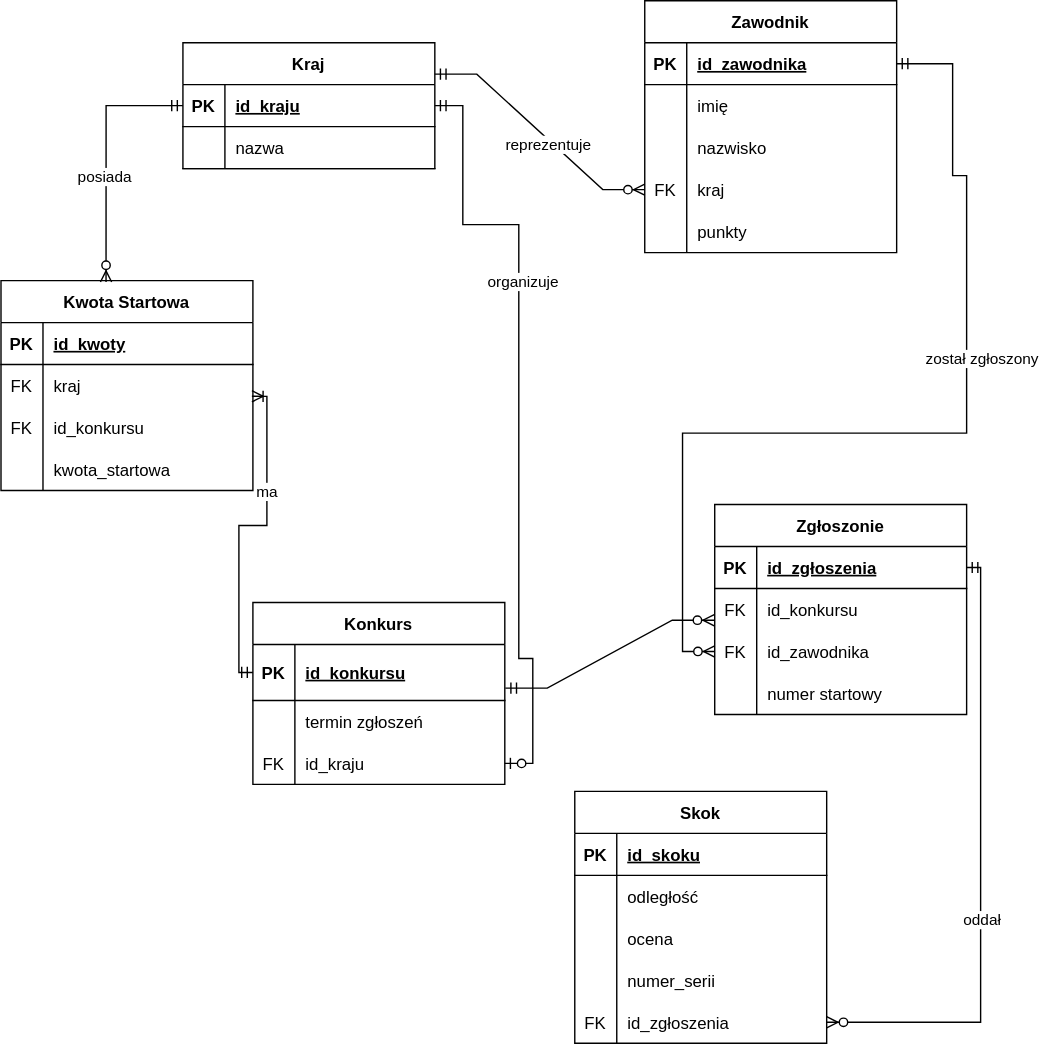
sormys/SkokiBazyDanych keeps this draw.io diagram as diagram.svg. Above is the earlier version. Source tidied: cells renumbered, new cells last; positions are measured from the earlier drawing's top-left corner, leaving out a move shared by most shapes.
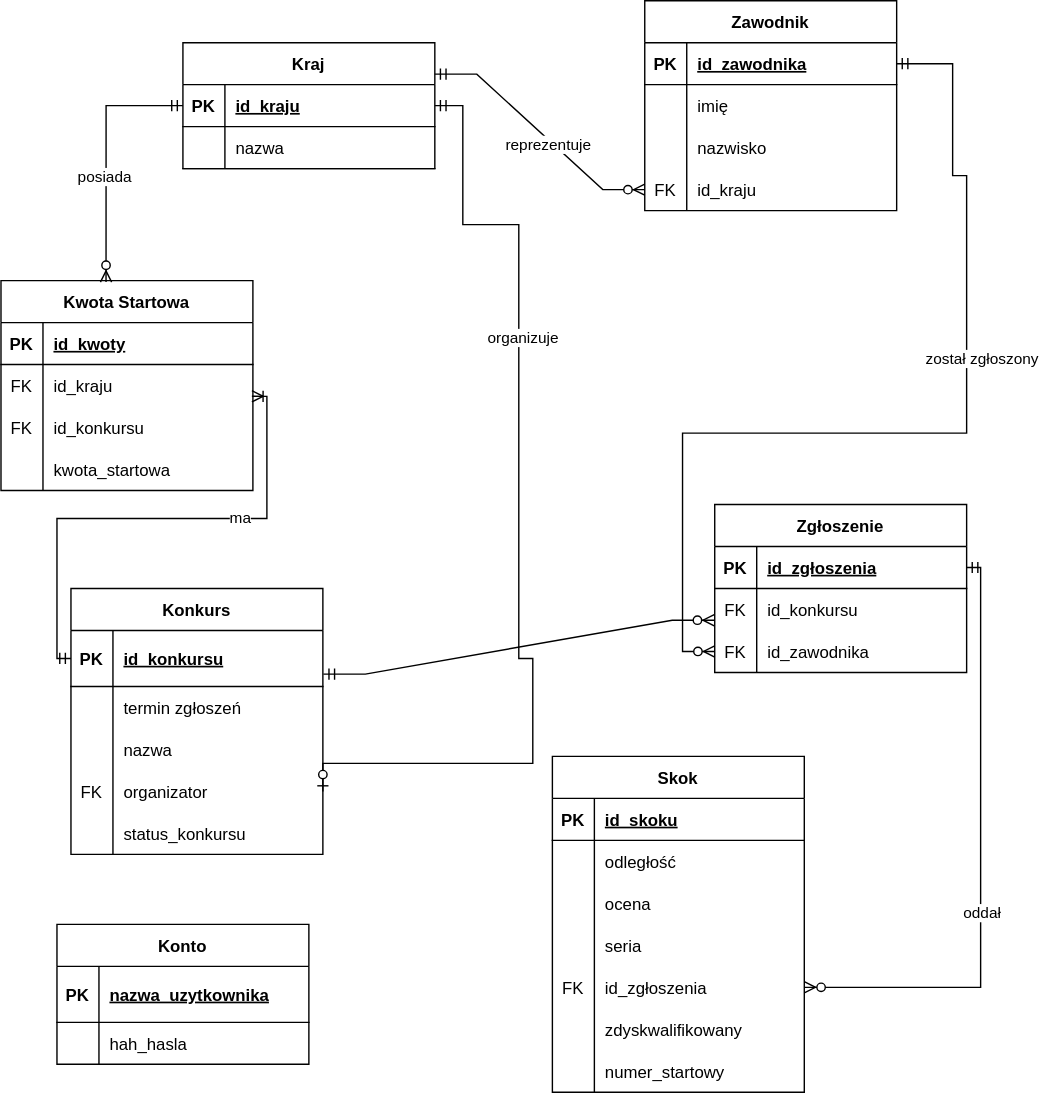
The same file after the commit.

What changed in the source:
```diff
@@ -24,7 +24,7 @@
       <mxGeometry x="30" width="150" height="30" as="geometry" />
     </mxCell>
     <mxCell id="9" value="Zawodnik" style="shape=table;startSize=30;rowLines=0;fontStyle=1;align=center;" parent="1" vertex="1">
-      <mxGeometry x="460" width="180" height="180" as="geometry" />
+      <mxGeometry x="460" width="180" height="150" as="geometry" />
     </mxCell>
     <mxCell id="10" style="shape=tableRow;horizontal=0;startSize=0;swimlaneHead=0;swimlaneBody=0;fillColor=none;points=[[0,0.5],[1,0.5]];portConstraint=eastwest;top=0;left=0;right=0;bottom=1;" parent="9" vertex="1">
       <mxGeometry y="30" width="180" height="30" as="geometry" />
@@ -59,18 +59,9 @@
     <mxCell id="20" value="FK" style="shape=partialRectangle;fillColor=none;top=0;left=0;bottom=0;right=0;overflow=hidden;" parent="19" vertex="1">
       <mxGeometry width="30" height="30" as="geometry" />
     </mxCell>
-    <mxCell id="21" value="kraj" style="shape=partialRectangle;fillColor=none;top=0;left=0;bottom=0;right=0;align=left;spacingLeft=6;overflow=hidden;" parent="19" vertex="1">
+    <mxCell id="21" value="id_kraju" style="shape=partialRectangle;fillColor=none;top=0;left=0;bottom=0;right=0;align=left;spacingLeft=6;overflow=hidden;" parent="19" vertex="1">
       <mxGeometry x="30" width="150" height="30" as="geometry" />
     </mxCell>
-    <mxCell id="22" style="shape=tableRow;horizontal=0;startSize=0;swimlaneHead=0;swimlaneBody=0;fillColor=none;top=0;left=0;right=0;bottom=0;" parent="9" vertex="1">
-      <mxGeometry y="150" width="180" height="30" as="geometry" />
-    </mxCell>
-    <mxCell id="23" style="shape=partialRectangle;fillColor=none;top=0;left=0;bottom=0;right=0;overflow=hidden;" parent="22" vertex="1">
-      <mxGeometry width="30" height="30" as="geometry" />
-    </mxCell>
-    <mxCell id="24" value="punkty" style="shape=partialRectangle;fillColor=none;top=0;left=0;bottom=0;right=0;align=left;spacingLeft=6;overflow=hidden;" parent="22" vertex="1">
-      <mxGeometry x="30" width="150" height="30" as="geometry" />
-    </mxCell>
     <mxCell id="25" style="edgeStyle=entityRelationEdgeStyle;fontSize=12;html=1;endArrow=ERzeroToMany;startArrow=ERmandOne;rounded=0;exitX=1;exitY=0.25;exitDx=0;exitDy=0;entryX=0;entryY=0.5;entryDx=0;entryDy=0;" parent="1" edge="1" source="2" target="19">
       <mxGeometry relative="1" as="geometry" />
     </mxCell>
@@ -95,7 +86,7 @@
     <mxCell id="32" value="FK" style="shape=partialRectangle;fillColor=none;top=0;left=0;bottom=0;right=0;overflow=hidden;" parent="31" vertex="1">
       <mxGeometry width="30" height="30" as="geometry" />
     </mxCell>
-    <mxCell id="33" value="kraj" style="shape=partialRectangle;fillColor=none;top=0;left=0;bottom=0;right=0;align=left;spacingLeft=6;overflow=hidden;" parent="31" vertex="1">
+    <mxCell id="33" value="id_kraju" style="shape=partialRectangle;fillColor=none;top=0;left=0;bottom=0;right=0;align=left;spacingLeft=6;overflow=hidden;" parent="31" vertex="1">
       <mxGeometry x="30" width="150" height="30" as="geometry" />
     </mxCell>
     <mxCell id="34" style="shape=tableRow;horizontal=0;startSize=0;swimlaneHead=0;swimlaneBody=0;fillColor=none;top=0;left=0;right=0;bottom=0;" parent="27" vertex="1">
@@ -122,8 +113,8 @@
     <mxCell id="41" value="&lt;div&gt;posiada&lt;/div&gt;" style="edgeLabel;html=1;align=center;verticalAlign=middle;" parent="40" vertex="1">
       <mxGeometry x="0.17" y="-2" relative="1" as="geometry" />
     </mxCell>
-    <mxCell id="42" value="Zgłoszonie" style="shape=table;startSize=30;rowLines=0;fontStyle=1;align=center;" parent="1" vertex="1">
-      <mxGeometry x="510" y="360" width="180" height="150" as="geometry" />
+    <mxCell id="42" value="Zgłoszenie" style="shape=table;startSize=30;rowLines=0;fontStyle=1;align=center;" parent="1" vertex="1">
+      <mxGeometry x="510" y="360" width="180" height="120" as="geometry" />
     </mxCell>
     <mxCell id="43" style="shape=tableRow;horizontal=0;startSize=0;swimlaneHead=0;swimlaneBody=0;fillColor=none;points=[[0,0.5],[1,0.5]];portConstraint=eastwest;top=0;left=0;right=0;bottom=1;" parent="42" vertex="1">
       <mxGeometry y="30" width="180" height="30" as="geometry" />
@@ -152,15 +143,6 @@
     <mxCell id="51" value="id_zawodnika" style="shape=partialRectangle;fillColor=none;top=0;left=0;bottom=0;right=0;align=left;spacingLeft=6;overflow=hidden;" parent="49" vertex="1">
       <mxGeometry x="30" width="150" height="30" as="geometry" />
     </mxCell>
-    <mxCell id="52" style="shape=tableRow;horizontal=0;startSize=0;swimlaneHead=0;swimlaneBody=0;fillColor=none;top=0;left=0;right=0;bottom=0;" parent="42" vertex="1">
-      <mxGeometry y="120" width="180" height="30" as="geometry" />
-    </mxCell>
-    <mxCell id="53" style="shape=partialRectangle;fillColor=none;top=0;left=0;bottom=0;right=0;overflow=hidden;" parent="52" vertex="1">
-      <mxGeometry width="30" height="30" as="geometry" />
-    </mxCell>
-    <mxCell id="54" value="numer startowy" style="shape=partialRectangle;fillColor=none;top=0;left=0;bottom=0;right=0;align=left;spacingLeft=6;overflow=hidden;" parent="52" vertex="1">
-      <mxGeometry x="30" width="150" height="30" as="geometry" />
-    </mxCell>
     <mxCell id="55" style="edgeStyle=orthogonalEdgeStyle;fontSize=12;html=1;endArrow=ERzeroToMany;startArrow=ERmandOne;rounded=0;exitX=1;exitY=0.5;exitDx=0;exitDy=0;" parent="1" edge="1" source="10">
       <mxGeometry relative="1" as="geometry">
         <mxPoint x="510" y="465" as="targetPoint" />
@@ -180,7 +162,7 @@
       </mxGeometry>
     </mxCell>
     <mxCell id="57" value="Skok" style="shape=table;startSize=30;rowLines=0;fontStyle=1;align=center;" parent="1" vertex="1">
-      <mxGeometry x="410" y="565" width="180" height="180" as="geometry" />
+      <mxGeometry x="394" y="540" width="180" height="240" as="geometry" />
     </mxCell>
     <mxCell id="58" style="shape=tableRow;horizontal=0;startSize=0;swimlaneHead=0;swimlaneBody=0;fillColor=none;top=0;left=0;right=0;bottom=1;" parent="57" vertex="1">
       <mxGeometry y="30" width="180" height="30" as="geometry" />
@@ -215,7 +197,7 @@
     <mxCell id="68" style="shape=partialRectangle;fillColor=none;top=0;left=0;bottom=0;right=0;overflow=hidden;" parent="67" vertex="1">
       <mxGeometry width="30" height="30" as="geometry" />
     </mxCell>
-    <mxCell id="69" value="numer_serii" style="shape=partialRectangle;fillColor=none;top=0;left=0;bottom=0;right=0;align=left;spacingLeft=6;overflow=hidden;" parent="67" vertex="1">
+    <mxCell id="69" value="seria" style="shape=partialRectangle;fillColor=none;top=0;left=0;bottom=0;right=0;align=left;spacingLeft=6;overflow=hidden;" parent="67" vertex="1">
       <mxGeometry x="30" width="150" height="30" as="geometry" />
     </mxCell>
     <mxCell id="70" style="shape=tableRow;horizontal=0;startSize=0;swimlaneHead=0;swimlaneBody=0;fillColor=none;points=[[0,0.5],[1,0.5]];portConstraint=eastwest;top=0;left=0;right=0;bottom=0;" parent="57" vertex="1">
@@ -227,8 +209,26 @@
     <mxCell id="72" value="id_zgłoszenia" style="shape=partialRectangle;fillColor=none;top=0;left=0;bottom=0;right=0;align=left;spacingLeft=6;overflow=hidden;" parent="70" vertex="1">
       <mxGeometry x="30" width="150" height="30" as="geometry" />
     </mxCell>
+    <mxCell id="90" style="shape=tableRow;horizontal=0;startSize=0;swimlaneHead=0;swimlaneBody=0;fillColor=none;top=0;left=0;right=0;bottom=0;" parent="57" vertex="1">
+      <mxGeometry y="180" width="180" height="30" as="geometry" />
+    </mxCell>
+    <mxCell id="91" style="shape=partialRectangle;fillColor=none;top=0;left=0;bottom=0;right=0;overflow=hidden;" parent="90" vertex="1">
+      <mxGeometry width="30" height="30" as="geometry" />
+    </mxCell>
+    <mxCell id="92" value="zdyskwalifikowany" style="shape=partialRectangle;fillColor=none;top=0;left=0;bottom=0;right=0;align=left;spacingLeft=6;overflow=hidden;" parent="90" vertex="1">
+      <mxGeometry x="30" width="150" height="30" as="geometry" />
+    </mxCell>
+    <mxCell id="93" style="shape=tableRow;horizontal=0;startSize=0;swimlaneHead=0;swimlaneBody=0;fillColor=none;top=0;left=0;right=0;bottom=0;" parent="57" vertex="1">
+      <mxGeometry y="210" width="180" height="30" as="geometry" />
+    </mxCell>
+    <mxCell id="94" style="shape=partialRectangle;fillColor=none;top=0;left=0;bottom=0;right=0;overflow=hidden;" parent="93" vertex="1">
+      <mxGeometry width="30" height="30" as="geometry" />
+    </mxCell>
+    <mxCell id="95" value="numer_startowy" style="shape=partialRectangle;fillColor=none;top=0;left=0;bottom=0;right=0;align=left;spacingLeft=6;overflow=hidden;" parent="93" vertex="1">
+      <mxGeometry x="30" width="150" height="30" as="geometry" />
+    </mxCell>
     <mxCell id="73" value="Konkurs" style="shape=table;startSize=30;rowLines=0;fontStyle=1;align=center;" parent="1" vertex="1">
-      <mxGeometry x="180" y="430" width="180" height="130" as="geometry" />
+      <mxGeometry x="50" y="420" width="180" height="190" as="geometry" />
     </mxCell>
     <mxCell id="74" style="shape=tableRow;horizontal=0;startSize=0;swimlaneHead=0;swimlaneBody=0;fillColor=none;points=[[0,0.5],[1,0.5]];portConstraint=eastwest;top=0;left=0;right=0;bottom=1;" parent="73" vertex="1">
       <mxGeometry y="30" width="180" height="40" as="geometry" />
@@ -248,15 +248,33 @@
     <mxCell id="79" value="termin zgłoszeń" style="shape=partialRectangle;fillColor=none;top=0;left=0;bottom=0;right=0;align=left;spacingLeft=6;overflow=hidden;" parent="77" vertex="1">
       <mxGeometry x="30" width="150" height="30" as="geometry" />
     </mxCell>
+    <mxCell id="96" style="shape=tableRow;horizontal=0;startSize=0;swimlaneHead=0;swimlaneBody=0;fillColor=none;top=0;left=0;right=0;bottom=0;" parent="73" vertex="1">
+      <mxGeometry y="100" width="180" height="30" as="geometry" />
+    </mxCell>
+    <mxCell id="97" style="shape=partialRectangle;fillColor=none;top=0;left=0;bottom=0;right=0;overflow=hidden;" parent="96" vertex="1">
+      <mxGeometry width="30" height="30" as="geometry" />
+    </mxCell>
+    <mxCell id="98" value="nazwa" style="shape=partialRectangle;fillColor=none;top=0;left=0;bottom=0;right=0;align=left;spacingLeft=6;overflow=hidden;" parent="96" vertex="1">
+      <mxGeometry x="30" width="150" height="30" as="geometry" />
+    </mxCell>
     <mxCell id="80" style="shape=tableRow;horizontal=0;startSize=0;swimlaneHead=0;swimlaneBody=0;fillColor=none;points=[[0,0.5],[1,0.5]];portConstraint=eastwest;top=0;left=0;right=0;bottom=0;" parent="73" vertex="1">
-      <mxGeometry y="100" width="180" height="30" as="geometry" />
+      <mxGeometry y="130" width="180" height="30" as="geometry" />
     </mxCell>
     <mxCell id="81" value="FK" style="shape=partialRectangle;fillColor=none;top=0;left=0;bottom=0;right=0;overflow=hidden;" parent="80" vertex="1">
       <mxGeometry width="30" height="30" as="geometry" />
     </mxCell>
-    <mxCell id="82" value="id_kraju" style="shape=partialRectangle;fillColor=none;top=0;left=0;bottom=0;right=0;align=left;spacingLeft=6;overflow=hidden;" parent="80" vertex="1">
+    <mxCell id="82" value="organizator" style="shape=partialRectangle;fillColor=none;top=0;left=0;bottom=0;right=0;align=left;spacingLeft=6;overflow=hidden;" parent="80" vertex="1">
       <mxGeometry x="30" width="150" height="30" as="geometry" />
     </mxCell>
+    <mxCell id="99" style="shape=tableRow;horizontal=0;startSize=0;swimlaneHead=0;swimlaneBody=0;fillColor=none;top=0;left=0;right=0;bottom=0;" parent="73" vertex="1">
+      <mxGeometry y="160" width="180" height="30" as="geometry" />
+    </mxCell>
+    <mxCell id="100" style="shape=partialRectangle;fillColor=none;top=0;left=0;bottom=0;right=0;overflow=hidden;" parent="99" vertex="1">
+      <mxGeometry width="30" height="30" as="geometry" />
+    </mxCell>
+    <mxCell id="101" value="status_konkursu" style="shape=partialRectangle;fillColor=none;top=0;left=0;bottom=0;right=0;align=left;spacingLeft=6;overflow=hidden;" parent="99" vertex="1">
+      <mxGeometry x="30" width="150" height="30" as="geometry" />
+    </mxCell>
     <mxCell id="83" style="edgeStyle=orthogonalEdgeStyle;fontSize=12;html=1;endArrow=ERoneToMany;startArrow=ERmandOne;rounded=0;entryX=0.996;entryY=0.756;entryDx=0;entryDy=0;entryPerimeter=0;" parent="1" edge="1" source="74" target="31">
       <mxGeometry relative="1" as="geometry" />
     </mxCell>
@@ -289,5 +307,26 @@
     <mxCell id="89" value="&lt;div&gt;oddał&lt;/div&gt;" style="edgeLabel;html=1;align=center;verticalAlign=middle;" parent="88" vertex="1">
       <mxGeometry x="0.17" relative="1" as="geometry" />
     </mxCell>
+    <mxCell id="102" value="Konto" style="shape=table;startSize=30;rowLines=0;fontStyle=1;align=center;" parent="1" vertex="1">
+      <mxGeometry x="40" y="660" width="180" height="100" as="geometry" />
+    </mxCell>
+    <mxCell id="103" style="shape=tableRow;horizontal=0;startSize=0;swimlaneHead=0;swimlaneBody=0;fillColor=none;top=0;left=0;right=0;bottom=1;" parent="102" vertex="1">
+      <mxGeometry y="30" width="180" height="40" as="geometry" />
+    </mxCell>
+    <mxCell id="104" value="PK" style="shape=partialRectangle;fillColor=none;top=0;left=0;bottom=0;right=0;fontStyle=1;overflow=hidden;" parent="103" vertex="1">
+      <mxGeometry width="30" height="40" as="geometry" />
+    </mxCell>
+    <mxCell id="105" value="nazwa_uzytkownika" style="shape=partialRectangle;fillColor=none;top=0;left=0;bottom=0;right=0;align=left;spacingLeft=6;fontStyle=5;overflow=hidden;" parent="103" vertex="1">
+      <mxGeometry x="30" width="150" height="40" as="geometry" />
+    </mxCell>
+    <mxCell id="106" style="shape=tableRow;horizontal=0;startSize=0;swimlaneHead=0;swimlaneBody=0;fillColor=none;top=0;left=0;right=0;bottom=0;" parent="102" vertex="1">
+      <mxGeometry y="70" width="180" height="30" as="geometry" />
+    </mxCell>
+    <mxCell id="107" style="shape=partialRectangle;fillColor=none;top=0;left=0;bottom=0;right=0;overflow=hidden;" parent="106" vertex="1">
+      <mxGeometry width="30" height="30" as="geometry" />
+    </mxCell>
+    <mxCell id="108" value="hah_hasla" style="shape=partialRectangle;fillColor=none;top=0;left=0;bottom=0;right=0;align=left;spacingLeft=6;overflow=hidden;" parent="106" vertex="1">
+      <mxGeometry x="30" width="150" height="30" as="geometry" />
+    </mxCell>
   </root>
 </mxGraphModel>
```
